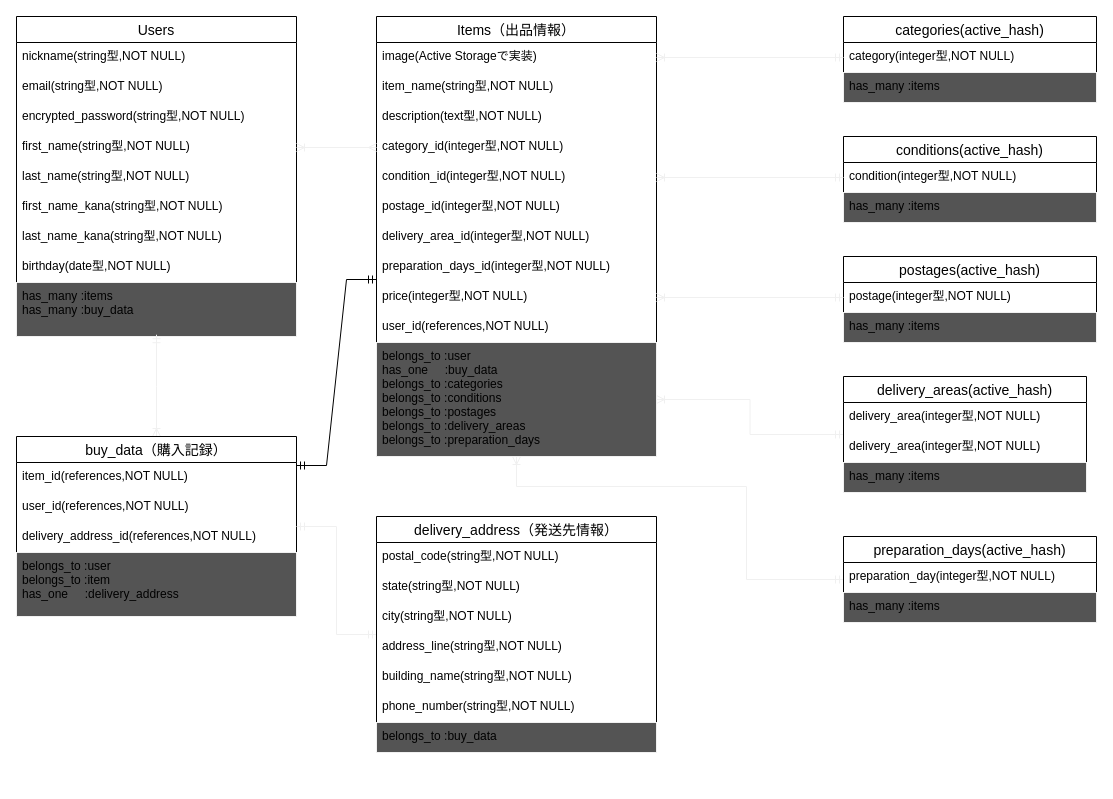
Before: model_er.dio in Hashy-Y/furima-36062, a draw.io diagram. Source tidied: cells renumbered, new cells numbered last; positions are measured from the earlier drawing's top-left corner, leaving out a move shared by most shapes. Both pictures are drawn from the tidied source at 100%, with x=0, y=0 at pixel (16, 16).
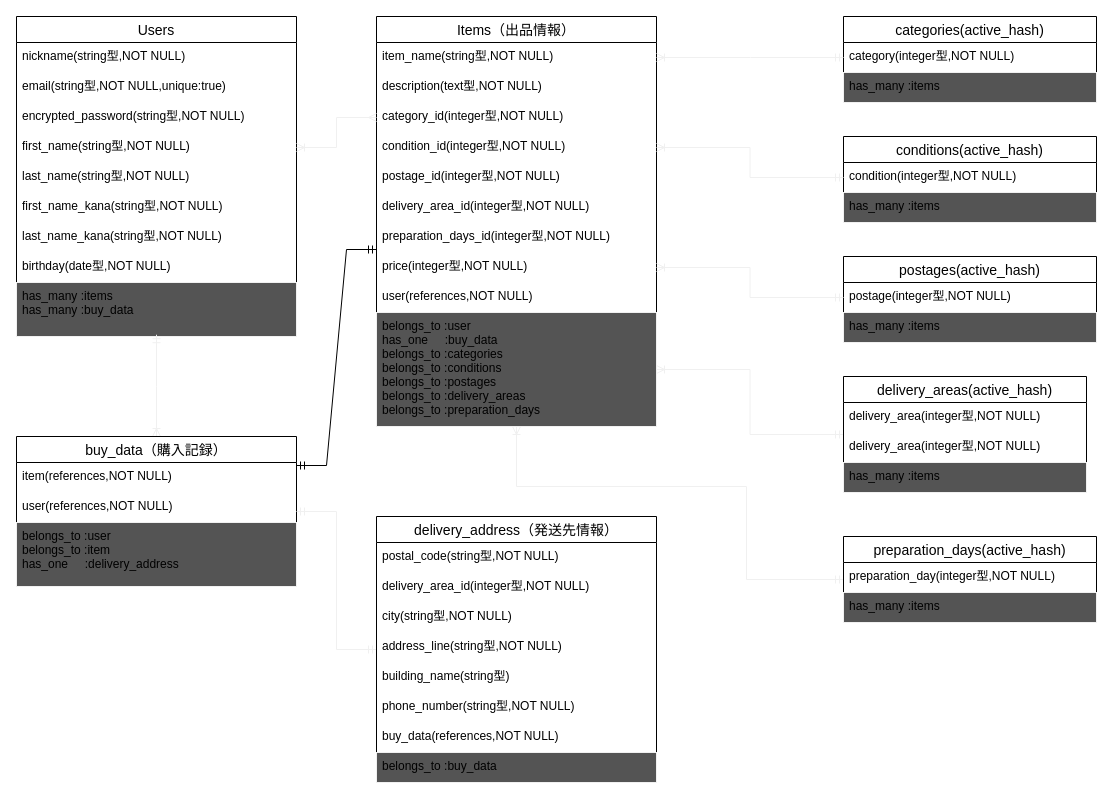
The same page after the edit.

Commit message (it also covers changes not shown here):
issue3の修正

The change refers to these unchanged cells:
```xml
<mxCell id="2" value="Users" style="swimlane;fontStyle=0;horizontal=1;startSize=26;align=center;fontSize=14;" parent="1" vertex="1">
  <mxGeometry width="280" height="320" as="geometry" />
</mxCell>
<mxCell id="42" value="category(integer型,NOT NULL)" style="text;strokeColor=none;fillColor=none;spacingLeft=4;spacingRight=4;overflow=hidden;points=[[0,0.5],[1,0.5]];portConstraint=eastwest;fontSize=12;" parent="41" vertex="1">
  <mxGeometry y="26" width="253" height="30" as="geometry" />
</mxCell>
```

What changed in the source:
```diff
@@
-    <mxCell id="4" value="email(string型,NOT NULL)" style="text;strokeColor=none;fillColor=none;spacingLeft=4;spacingRight=4;overflow=hidden;fontSize=12;" parent="2" vertex="1">
+    <mxCell id="4" value="email(string型,NOT NULL,unique:true)" style="text;strokeColor=none;fillColor=none;spacingLeft=4;spacingRight=4;overflow=hidden;fontSize=12;" parent="2" vertex="1">
       <mxGeometry y="56" width="280" height="30" as="geometry" />
     </mxCell>
@@
     <mxCell id="12" value="Items（出品情報）" style="swimlane;fontStyle=0;horizontal=1;startSize=26;align=center;fontSize=14;" parent="1" vertex="1">
-      <mxGeometry x="360" width="280" height="440" as="geometry" />
+      <mxGeometry x="360" width="280" height="410" as="geometry" />
     </mxCell>
-    <mxCell id="13" value="image(Active Storageで実装)" style="text;strokeColor=none;fillColor=none;spacingLeft=4;spacingRight=4;overflow=hidden;points=[[0,0.5],[1,0.5]];portConstraint=eastwest;fontSize=12;" parent="12" vertex="1">
-      <mxGeometry y="26" width="280" height="30" as="geometry" />
-    </mxCell>
     <mxCell id="14" value="item_name(string型,NOT NULL)" style="text;strokeColor=none;fillColor=none;spacingLeft=4;spacingRight=4;overflow=hidden;fontSize=12;" parent="12" vertex="1">
-      <mxGeometry y="56" width="280" height="30" as="geometry" />
+      <mxGeometry y="26" width="280" height="30" as="geometry" />
     </mxCell>
     <mxCell id="15" value="description(text型,NOT NULL)" style="text;strokeColor=none;fillColor=none;spacingLeft=4;spacingRight=4;overflow=hidden;fontSize=12;" parent="12" vertex="1">
-      <mxGeometry y="86" width="280" height="30" as="geometry" />
+      <mxGeometry y="56" width="280" height="30" as="geometry" />
     </mxCell>
     <mxCell id="16" value="category_id(integer型,NOT NULL)" style="text;strokeColor=none;fillColor=none;spacingLeft=4;spacingRight=4;overflow=hidden;points=[[0,0.5],[1,0.5]];portConstraint=eastwest;fontSize=12;" parent="12" vertex="1">
-      <mxGeometry y="116" width="280" height="30" as="geometry" />
+      <mxGeometry y="86" width="280" height="30" as="geometry" />
     </mxCell>
     <mxCell id="17" value="condition_id(integer型,NOT NULL)" style="text;strokeColor=none;fillColor=none;spacingLeft=4;spacingRight=4;overflow=hidden;points=[[0,0.5],[1,0.5]];portConstraint=eastwest;fontSize=12;" parent="12" vertex="1">
-      <mxGeometry y="146" width="280" height="30" as="geometry" />
+      <mxGeometry y="116" width="280" height="30" as="geometry" />
     </mxCell>
     <mxCell id="18" value="postage_id(integer型,NOT NULL)" style="text;strokeColor=none;fillColor=none;spacingLeft=4;spacingRight=4;overflow=hidden;fontSize=12;" parent="12" vertex="1">
-      <mxGeometry y="176" width="280" height="30" as="geometry" />
+      <mxGeometry y="146" width="280" height="30" as="geometry" />
     </mxCell>
     <mxCell id="19" value="delivery_area_id(integer型,NOT NULL)" style="text;strokeColor=none;fillColor=none;spacingLeft=4;spacingRight=4;overflow=hidden;fontSize=12;" parent="12" vertex="1">
-      <mxGeometry y="206" width="280" height="30" as="geometry" />
+      <mxGeometry y="176" width="280" height="30" as="geometry" />
     </mxCell>
     <mxCell id="20" value="preparation_days_id(integer型,NOT NULL)" style="text;strokeColor=none;fillColor=none;spacingLeft=4;spacingRight=4;overflow=hidden;fontSize=12;" parent="12" vertex="1">
-      <mxGeometry y="236" width="280" height="30" as="geometry" />
+      <mxGeometry y="206" width="280" height="30" as="geometry" />
     </mxCell>
     <mxCell id="21" value="price(integer型,NOT NULL)" style="text;strokeColor=none;fillColor=none;spacingLeft=4;spacingRight=4;overflow=hidden;points=[[0,0.5],[1,0.5]];portConstraint=eastwest;fontSize=12;" parent="12" vertex="1">
-      <mxGeometry y="266" width="280" height="30" as="geometry" />
+      <mxGeometry y="236" width="280" height="30" as="geometry" />
     </mxCell>
-    <mxCell id="22" value="user_id(references,NOT NULL)" style="text;strokeColor=none;fillColor=none;spacingLeft=4;spacingRight=4;overflow=hidden;fontSize=12;" parent="12" vertex="1">
-      <mxGeometry y="296" width="280" height="30" as="geometry" />
+    <mxCell id="22" value="user(references,NOT NULL)" style="text;strokeColor=none;fillColor=none;spacingLeft=4;spacingRight=4;overflow=hidden;fontSize=12;" parent="12" vertex="1">
+      <mxGeometry y="266" width="280" height="30" as="geometry" />
     </mxCell>
     <mxCell id="23" value="belongs_to :user&#10;has_one     :buy_data&#10;belongs_to :categories&#10;belongs_to :conditions&#10;belongs_to :postages&#10;belongs_to :delivery_areas&#10;belongs_to :preparation_days" style="text;spacingLeft=4;spacingRight=4;overflow=hidden;points=[[0,0.5],[1,0.5]];portConstraint=eastwest;fontSize=12;strokeColor=#f0f0f0;fillColor=#545454;" parent="12" vertex="1">
-      <mxGeometry y="326" width="280" height="114" as="geometry" />
+      <mxGeometry y="296" width="280" height="114" as="geometry" />
     </mxCell>
@@
     <mxCell id="25" value="buy_data（購入記録）" style="swimlane;fontStyle=0;horizontal=1;startSize=26;align=center;fontSize=14;" parent="1" vertex="1">
-      <mxGeometry y="420" width="280" height="180" as="geometry" />
+      <mxGeometry y="420" width="280" height="150" as="geometry" />
     </mxCell>
-    <mxCell id="26" value="item_id(references,NOT NULL)" style="text;strokeColor=none;fillColor=none;spacingLeft=4;spacingRight=4;overflow=hidden;points=[[0,0.5],[1,0.5]];portConstraint=eastwest;fontSize=12;" parent="25" vertex="1">
+    <mxCell id="26" value="item(references,NOT NULL)" style="text;strokeColor=none;fillColor=none;spacingLeft=4;spacingRight=4;overflow=hidden;points=[[0,0.5],[1,0.5]];portConstraint=eastwest;fontSize=12;" parent="25" vertex="1">
       <mxGeometry y="26" width="280" height="30" as="geometry" />
     </mxCell>
-    <mxCell id="27" value="user_id(references,NOT NULL)" style="text;strokeColor=none;fillColor=none;spacingLeft=4;spacingRight=4;overflow=hidden;fontSize=12;" parent="25" vertex="1">
+    <mxCell id="27" value="user(references,NOT NULL)" style="text;strokeColor=none;fillColor=none;spacingLeft=4;spacingRight=4;overflow=hidden;fontSize=12;" parent="25" vertex="1">
       <mxGeometry y="56" width="280" height="30" as="geometry" />
     </mxCell>
-    <mxCell id="28" value="delivery_address_id(references,NOT NULL)" style="text;strokeColor=none;fillColor=none;spacingLeft=4;spacingRight=4;overflow=hidden;fontSize=12;" parent="25" vertex="1">
-      <mxGeometry y="86" width="280" height="30" as="geometry" />
-    </mxCell>
     <mxCell id="29" value="belongs_to :user&#10;belongs_to :item&#10;has_one     :delivery_address&#10;" style="text;spacingLeft=4;spacingRight=4;overflow=hidden;fontSize=12;strokeColor=#f0f0f0;fillColor=#545454;" parent="25" vertex="1">
-      <mxGeometry y="116" width="280" height="64" as="geometry" />
+      <mxGeometry y="86" width="280" height="64" as="geometry" />
     </mxCell>
@@
     <mxCell id="31" value="delivery_address（発送先情報）" style="swimlane;fontStyle=0;horizontal=1;startSize=26;align=center;fontSize=14;" parent="1" vertex="1">
-      <mxGeometry x="360" y="500" width="280" height="236" as="geometry" />
+      <mxGeometry x="360" y="500" width="280" height="266" as="geometry" />
     </mxCell>
@@
-    <mxCell id="33" value="state(string型,NOT NULL)" style="text;strokeColor=none;fillColor=none;spacingLeft=4;spacingRight=4;overflow=hidden;fontSize=12;" parent="31" vertex="1">
+    <mxCell id="33" value="delivery_area_id(integer型,NOT NULL)" style="text;strokeColor=none;fillColor=none;spacingLeft=4;spacingRight=4;overflow=hidden;fontSize=12;" parent="31" vertex="1">
       <mxGeometry y="56" width="280" height="30" as="geometry" />
     </mxCell>
@@
-    <mxCell id="36" value="building_name(string型,NOT NULL)" style="text;strokeColor=none;fillColor=none;spacingLeft=4;spacingRight=4;overflow=hidden;fontSize=12;" parent="31" vertex="1">
+    <mxCell id="36" value="building_name(string型)" style="text;strokeColor=none;fillColor=none;spacingLeft=4;spacingRight=4;overflow=hidden;fontSize=12;" parent="31" vertex="1">
       <mxGeometry y="146" width="280" height="30" as="geometry" />
     </mxCell>
@@
+    <mxCell id="62" value="buy_data(references,NOT NULL)" style="text;strokeColor=none;fillColor=none;spacingLeft=4;spacingRight=4;overflow=hidden;fontSize=12;" parent="31" vertex="1">
+      <mxGeometry y="206" width="280" height="30" as="geometry" />
+    </mxCell>
     <mxCell id="38" value="belongs_to :buy_data" style="text;spacingLeft=4;spacingRight=4;overflow=hidden;fontSize=12;strokeColor=#f0f0f0;fillColor=#545454;" parent="31" vertex="1">
-      <mxGeometry y="206" width="280" height="30" as="geometry" />
+      <mxGeometry y="236" width="280" height="30" as="geometry" />
     </mxCell>
@@
-    <mxCell id="59" style="edgeStyle=orthogonalEdgeStyle;rounded=0;jettySize=auto;html=1;entryX=1;entryY=0.5;entryDx=0;entryDy=0;startArrow=ERmandOne;startFill=0;endArrow=ERoneToMany;endFill=0;strokeColor=#f0f0f0;" parent="1" edge="1" source="42" target="13">
-      <mxGeometry relative="1" as="geometry" />
+    <mxCell id="59" style="edgeStyle=orthogonalEdgeStyle;rounded=0;jettySize=auto;html=1;entryX=1;entryY=0.5;entryDx=0;entryDy=0;startArrow=ERmandOne;startFill=0;endArrow=ERoneToMany;endFill=0;strokeColor=#f0f0f0;" parent="1" edge="1" source="42">
+      <mxGeometry relative="1" as="geometry">
+        <mxPoint x="640" y="41" as="targetPoint" />
+      </mxGeometry>
     </mxCell>
```
